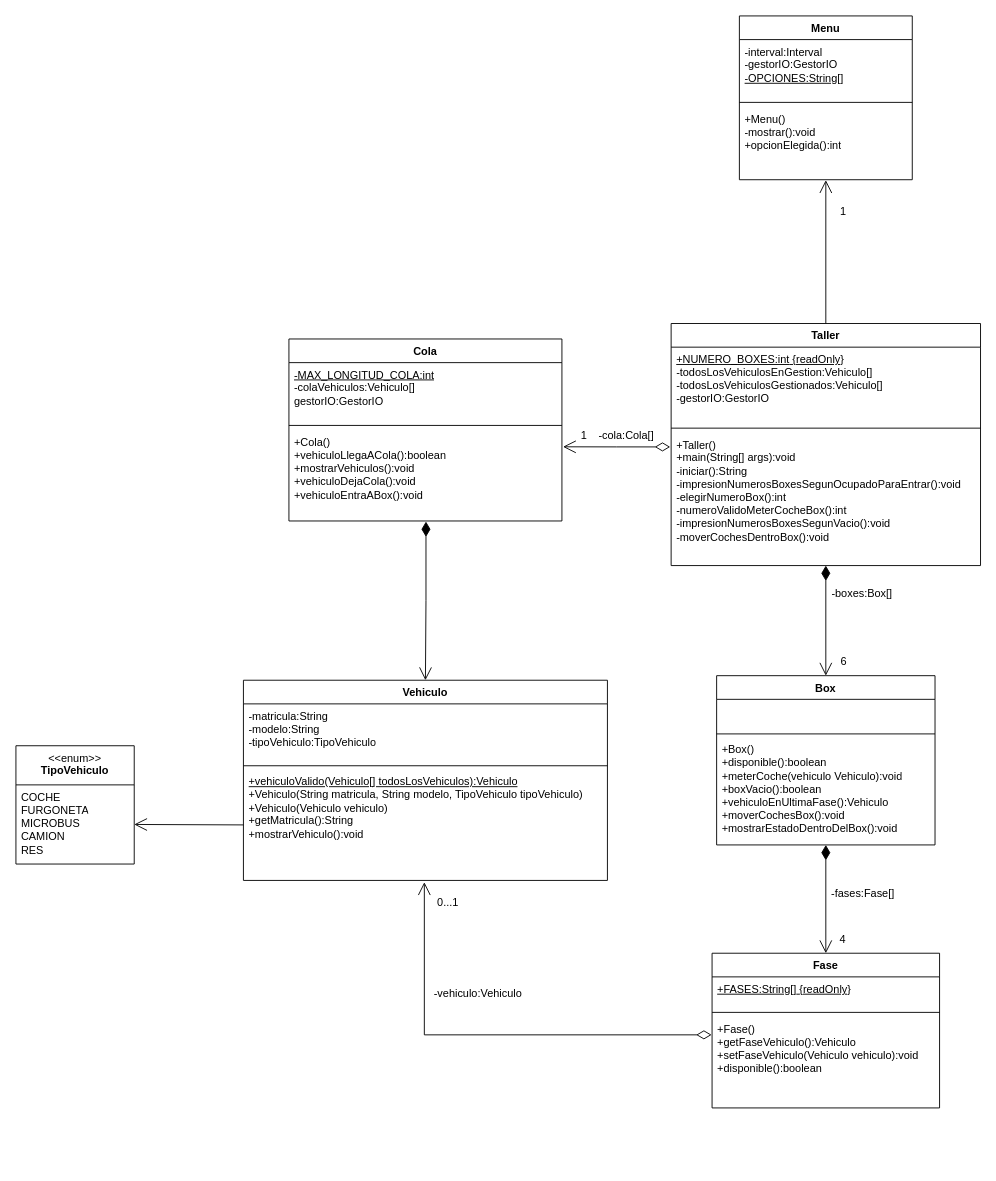
Above: programacion/UD7 - Introducción a la Programación Orientada a Objetos/U7Activitat3ARS/U7Activitat3ARS.drawio in albertorekena/daw-repo (draw.io), before the change. Source tidied: cells renumbered, new cells numbered last; positions are measured from the earlier drawing's top-left corner, leaving out a move shared by most shapes. Both pictures are drawn from the tidied source at 91%, with x=0, y=0 at pixel (15, 15).
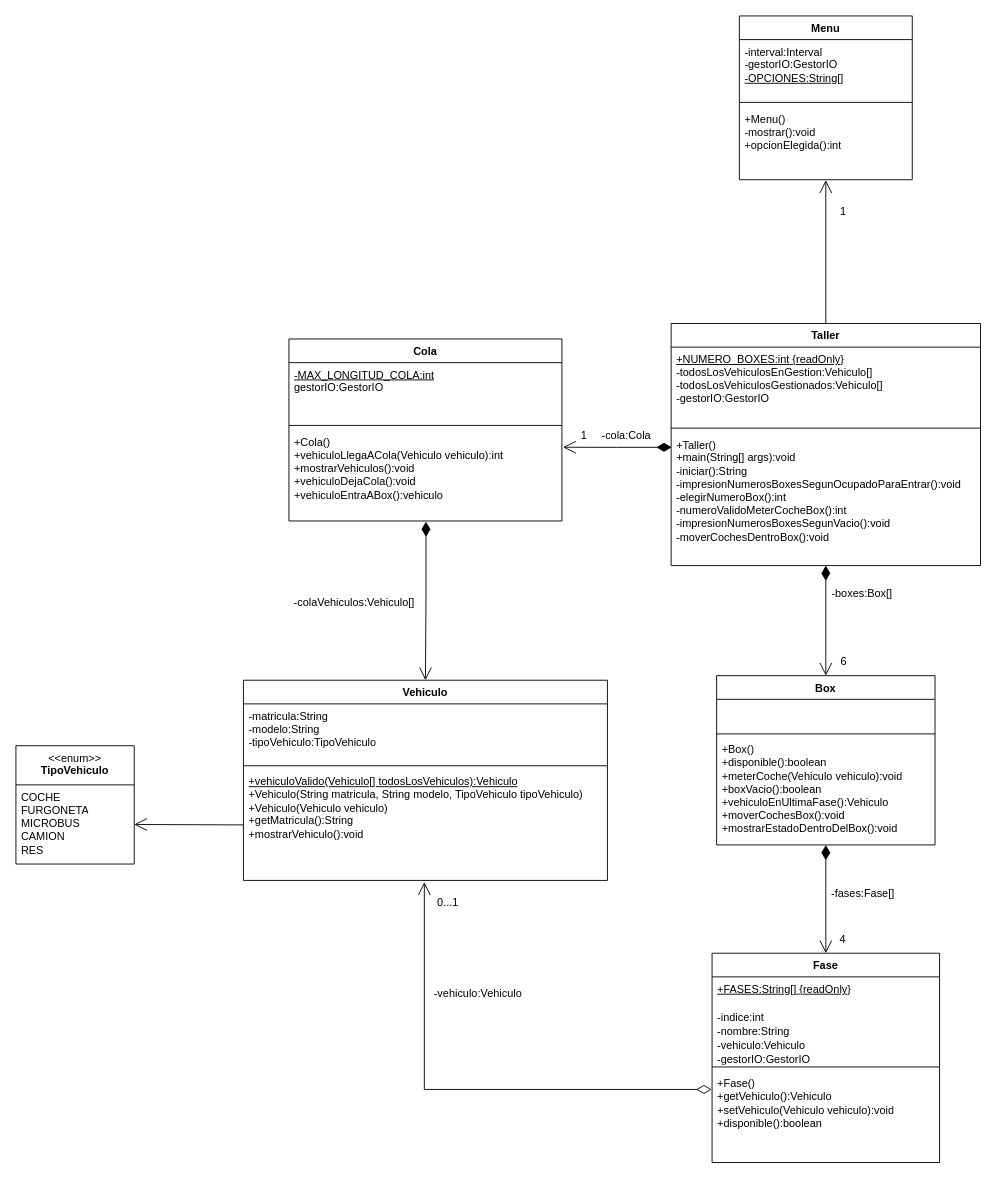
The same diagram, later.

Unchanged cells that the change refers to:
```xml
<mxCell id="9" value="Cola" style="swimlane;fontStyle=1;align=center;verticalAlign=top;horizontal=1;startSize=26;whiteSpace=wrap;html=1;" parent="1" vertex="1">
  <mxGeometry x="300" y="355" width="300" height="200" as="geometry" />
</mxCell>
<mxCell id="13" value="Box" style="swimlane;fontStyle=1;align=center;verticalAlign=top;horizontal=1;startSize=26;whiteSpace=wrap;html=1;" parent="1" vertex="1">
  <mxGeometry x="770" y="725" width="240" height="186" as="geometry" />
</mxCell>
<mxCell id="20" value="&lt;u style=&quot;border-color: var(--border-color);&quot;&gt;+vehiculoValido(Vehiculo[] todosLosVehiculos):Vehiculo&lt;/u&gt;&lt;br&gt;+Vehiculo(String matricula, String modelo, TipoVehiculo tipoVehiculo)&lt;br&gt;+Vehiculo(Vehiculo vehiculo)&lt;br&gt;+getMatricula():String&lt;br&gt;+mostrarVehiculo():void" style="text;strokeColor=none;fillColor=none;align=left;verticalAlign=top;spacingLeft=4;spacingRight=4;overflow=hidden;points=[[0,0.5],[1,0.5]];portConstraint=eastwest;whiteSpace=wrap;html=1;" parent="17" vertex="1">
  <mxGeometry y="98" width="400" height="122" as="geometry" />
</mxCell>
<mxCell id="41" value="+Taller()&lt;br style=&quot;border-color: var(--border-color);&quot;&gt;+main(String[] args):void&lt;br style=&quot;border-color: var(--border-color);&quot;&gt;-iniciar():String&lt;br&gt;-impresionNumerosBoxesSegunOcupadoParaEntrar():void&lt;br&gt;-elegirNumeroBox():int&lt;br&gt;-numeroValidoMeterCocheBox():int&lt;br&gt;-impresionNumerosBoxesSegunVacio():void&lt;br&gt;-moverCochesDentroBox():void" style="text;strokeColor=none;fillColor=none;align=left;verticalAlign=top;spacingLeft=4;spacingRight=4;overflow=hidden;points=[[0,0.5],[1,0.5]];portConstraint=eastwest;whiteSpace=wrap;html=1;" parent="38" vertex="1">
  <mxGeometry y="120" width="340" height="146" as="geometry" />
</mxCell>
```

What changed in the source:
```diff
@@
     <mxCell id="4" value="Fase" style="swimlane;fontStyle=1;align=center;verticalAlign=top;horizontal=1;startSize=26;whiteSpace=wrap;html=1;" parent="1" vertex="1">
-      <mxGeometry x="765" y="1030" width="250" height="170" as="geometry" />
+      <mxGeometry x="765" y="1030" width="250" height="230" as="geometry" />
     </mxCell>
-    <mxCell id="5" value="&lt;span style=&quot;border-color: var(--border-color);&quot;&gt;&lt;font style=&quot;&quot; face=&quot;Helvetica&quot;&gt;&lt;u&gt;+FASES:String[]&lt;/u&gt;&lt;/font&gt;&lt;/span&gt;&lt;u style=&quot;border-color: var(--border-color);&quot;&gt;&lt;code style=&quot;border-color: var(--border-color);&quot;&gt;&lt;font face=&quot;bYV2tNlRSzrgiPoBlCbC&quot;&gt;&amp;nbsp;&lt;/font&gt;&lt;font face=&quot;Helvetica&quot;&gt;{readOnly}&lt;/font&gt;&lt;br&gt;&lt;/code&gt;&lt;/u&gt;" style="text;strokeColor=none;fillColor=none;align=left;verticalAlign=top;spacingLeft=4;spacingRight=4;overflow=hidden;whiteSpace=wrap;html=1;" parent="4" vertex="1">
-      <mxGeometry y="26" width="250" height="34" as="geometry" />
+    <mxCell id="5" value="&lt;span style=&quot;border-color: var(--border-color);&quot;&gt;&lt;u style=&quot;&quot;&gt;&lt;font face=&quot;Helvetica&quot;&gt;+FASES:String[]&lt;/font&gt;&lt;/u&gt;&lt;/span&gt;&lt;span style=&quot;border-color: var(--border-color);&quot;&gt;&lt;code style=&quot;border-color: var(--border-color);&quot;&gt;&lt;font face=&quot;Helvetica&quot;&gt;&lt;font style=&quot;text-decoration-line: underline;&quot;&gt;&amp;nbsp;&lt;/font&gt;&lt;font style=&quot;text-decoration-line: underline;&quot;&gt;{readOnly}&lt;br&gt;&lt;/font&gt;&lt;br&gt;-indice:int&lt;br&gt;-nombre:String&lt;br&gt;-vehiculo:Vehiculo&lt;br&gt;-gestorIO:GestorIO&lt;/font&gt;&lt;br&gt;&lt;/code&gt;&lt;/span&gt;" style="text;strokeColor=none;fillColor=none;align=left;verticalAlign=top;spacingLeft=4;spacingRight=4;overflow=hidden;whiteSpace=wrap;html=1;" parent="4" vertex="1">
+      <mxGeometry y="26" width="250" height="94" as="geometry" />
     </mxCell>
     <mxCell id="6" style="line;strokeWidth=1;fillColor=none;align=left;verticalAlign=middle;spacingTop=-1;spacingLeft=3;spacingRight=3;labelPosition=right;strokeColor=inherit;" parent="4" vertex="1">
-      <mxGeometry y="60" width="250" height="10" as="geometry" />
+      <mxGeometry y="120" width="250" height="10" as="geometry" />
     </mxCell>
-    <mxCell id="7" value="+Fase()&lt;br&gt;+getFaseVehiculo():Vehiculo&lt;br&gt;+setFaseVehiculo(Vehiculo vehiculo):void&lt;br&gt;+disponible():boolean" style="text;strokeColor=none;fillColor=none;align=left;verticalAlign=top;spacingLeft=4;spacingRight=4;overflow=hidden;points=[[0,0.5],[1,0.5]];portConstraint=eastwest;whiteSpace=wrap;html=1;" parent="4" vertex="1">
-      <mxGeometry y="70" width="250" height="100" as="geometry" />
+    <mxCell id="7" value="+Fase()&lt;br&gt;+getVehiculo():Vehiculo&lt;br&gt;+setVehiculo(Vehiculo vehiculo):void&lt;br&gt;+disponible():boolean" style="text;strokeColor=none;fillColor=none;align=left;verticalAlign=top;spacingLeft=4;spacingRight=4;overflow=hidden;points=[[0,0.5],[1,0.5]];portConstraint=eastwest;whiteSpace=wrap;html=1;" parent="4" vertex="1">
+      <mxGeometry y="130" width="250" height="100" as="geometry" />
     </mxCell>
@@
-    <mxCell id="10" value="&lt;u style=&quot;border-color: var(--border-color);&quot;&gt;-MAX_LONGITUD_COLA:int&lt;/u&gt;&lt;br&gt;-colaVehiculos:Vehiculo[]&lt;br&gt;gestorIO:GestorIO&lt;u&gt;&lt;br&gt;&lt;/u&gt;" style="text;strokeColor=none;fillColor=none;align=left;verticalAlign=top;spacingLeft=4;spacingRight=4;overflow=hidden;whiteSpace=wrap;html=1;" parent="9" vertex="1">
+    <mxCell id="10" value="&lt;u style=&quot;border-color: var(--border-color);&quot;&gt;-MAX_LONGITUD_COLA:int&lt;/u&gt;&lt;br&gt;gestorIO:GestorIO&lt;u&gt;&lt;br&gt;&lt;/u&gt;" style="text;strokeColor=none;fillColor=none;align=left;verticalAlign=top;spacingLeft=4;spacingRight=4;overflow=hidden;whiteSpace=wrap;html=1;" parent="9" vertex="1">
       <mxGeometry y="26" width="300" height="64" as="geometry" />
     </mxCell>
@@
-    <mxCell id="12" value="+Cola()&lt;br&gt;+vehiculoLlegaACola():boolean&lt;br&gt;+mostrarVehiculos():void&lt;br&gt;+vehiculoDejaCola():void&lt;br&gt;+vehiculoEntraABox():void" style="text;strokeColor=none;fillColor=none;align=left;verticalAlign=top;spacingLeft=4;spacingRight=4;overflow=hidden;points=[[0,0.5],[1,0.5]];portConstraint=eastwest;whiteSpace=wrap;html=1;" parent="9" vertex="1">
+    <mxCell id="12" value="+Cola()&lt;br&gt;+vehiculoLlegaACola(Vehiculo vehiculo):int&lt;br&gt;+mostrarVehiculos():void&lt;br&gt;+vehiculoDejaCola():void&lt;br&gt;+vehiculoEntraABox():vehiculo" style="text;strokeColor=none;fillColor=none;align=left;verticalAlign=top;spacingLeft=4;spacingRight=4;overflow=hidden;points=[[0,0.5],[1,0.5]];portConstraint=eastwest;whiteSpace=wrap;html=1;" parent="9" vertex="1">
       <mxGeometry y="100" width="300" height="100" as="geometry" />
     </mxCell>
@@
-    <mxCell id="16" value="+Box()&lt;br&gt;+disponible():boolean&lt;br&gt;+meterCoche(vehiculo Vehiculo):void&lt;br&gt;+boxVacio():boolean&lt;br&gt;+vehiculoEnUltimaFase():Vehiculo&lt;br&gt;+moverCochesBox():void&lt;br&gt;+mostrarEstadoDentroDelBox():void" style="text;strokeColor=none;fillColor=none;align=left;verticalAlign=top;spacingLeft=4;spacingRight=4;overflow=hidden;points=[[0,0.5],[1,0.5]];portConstraint=eastwest;whiteSpace=wrap;html=1;" parent="13" vertex="1">
+    <mxCell id="16" value="+Box()&lt;br&gt;+disponible():boolean&lt;br&gt;+meterCoche(Vehiculo vehiculo):void&lt;br&gt;+boxVacio():boolean&lt;br&gt;+vehiculoEnUltimaFase():Vehiculo&lt;br&gt;+moverCochesBox():void&lt;br&gt;+mostrarEstadoDentroDelBox():void" style="text;strokeColor=none;fillColor=none;align=left;verticalAlign=top;spacingLeft=4;spacingRight=4;overflow=hidden;points=[[0,0.5],[1,0.5]];portConstraint=eastwest;whiteSpace=wrap;html=1;" parent="13" vertex="1">
       <mxGeometry y="68" width="240" height="118" as="geometry" />
     </mxCell>
@@
     <mxCell id="24" style="endArrow=open;html=1;endSize=12;startArrow=diamondThin;startSize=14;startFill=0;edgeStyle=orthogonalEdgeStyle;align=left;verticalAlign=bottom;rounded=0;entryX=0.497;entryY=1.016;entryDx=0;entryDy=0;entryPerimeter=0;exitX=-0.002;exitY=0.197;exitDx=0;exitDy=0;exitPerimeter=0;" parent="1" edge="1" source="7" target="20">
       <mxGeometry x="-1" y="3" relative="1" as="geometry">
         <Array as="points">
-          <mxPoint x="449" y="1120" />
+          <mxPoint x="449" y="1180" />
         </Array>
       </mxGeometry>
     </mxCell>
@@
-    <mxCell id="36" value="-cola:Cola[]" style="text;html=1;strokeColor=none;fillColor=none;align=center;verticalAlign=middle;whiteSpace=wrap;rounded=0;" parent="1" vertex="1">
+    <mxCell id="36" value="-cola:Cola" style="text;html=1;strokeColor=none;fillColor=none;align=center;verticalAlign=middle;whiteSpace=wrap;rounded=0;" parent="1" vertex="1">
       <mxGeometry x="636" y="446" width="70" height="30" as="geometry" />
     </mxCell>
@@
+    <mxCell id="43" value="1" style="text;html=1;strokeColor=none;fillColor=none;align=center;verticalAlign=middle;whiteSpace=wrap;rounded=0;" parent="1" vertex="1">
+      <mxGeometry x="898.5" y="200" width="21" height="30" as="geometry" />
+    </mxCell>
+    <mxCell id="44" value="-colaVehiculos:Vehiculo[]" style="text;html=1;strokeColor=none;fillColor=none;align=center;verticalAlign=middle;whiteSpace=wrap;rounded=0;" parent="1" vertex="1">
+      <mxGeometry x="297" y="630" width="150" height="30" as="geometry" />
+    </mxCell>
-    <mxCell id="42" style="endArrow=open;html=1;endSize=12;startArrow=diamondThin;startSize=14;startFill=0;edgeStyle=orthogonalEdgeStyle;align=left;verticalAlign=bottom;rounded=0;entryX=1.004;entryY=0.185;entryDx=0;entryDy=0;entryPerimeter=0;exitX=-0.003;exitY=0.107;exitDx=0;exitDy=0;exitPerimeter=0;" parent="1" edge="1" source="41" target="12">
+    <mxCell id="42" style="endArrow=open;html=1;endSize=12;startArrow=diamondThin;startSize=14;startFill=1;edgeStyle=orthogonalEdgeStyle;align=left;verticalAlign=bottom;rounded=0;entryX=1.004;entryY=0.19;entryDx=0;entryDy=0;exitX=0.002;exitY=0.11;exitDx=0;exitDy=0;exitPerimeter=0;entryPerimeter=0;" parent="1" edge="1" source="41" target="12">
       <mxGeometry x="-1" y="3" relative="1" as="geometry" />
     </mxCell>
-    <mxCell id="43" value="1" style="text;html=1;strokeColor=none;fillColor=none;align=center;verticalAlign=middle;whiteSpace=wrap;rounded=0;" parent="1" vertex="1">
-      <mxGeometry x="898.5" y="200" width="21" height="30" as="geometry" />
-    </mxCell>
```
